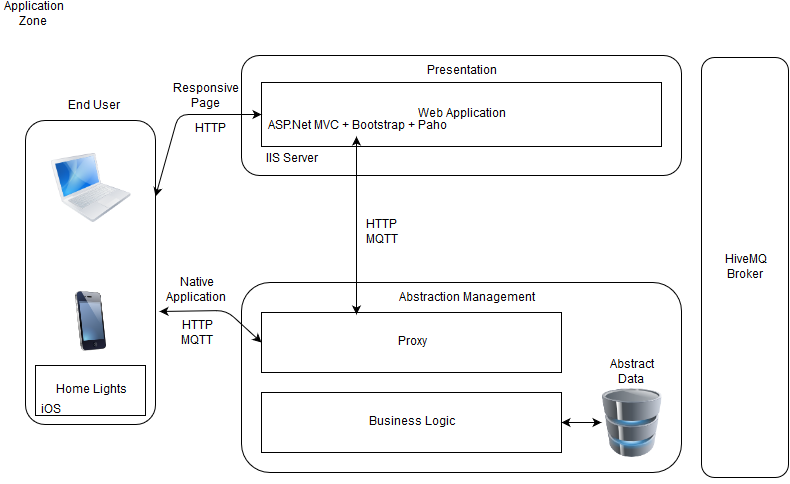
Earlier version of the draw.io export img/IoT_Home_Lights.png (rachwal/IoT). Source tidied: cells renumbered, new cells last; positions are measured from the earlier drawing's top-left corner, leaving out a move shared by most shapes.
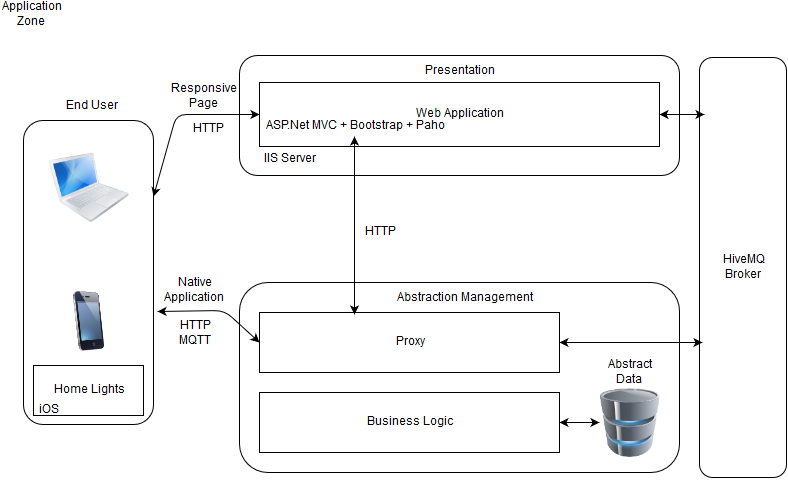
After the change.

The edit, as a diff of the source:
```diff
@@ -29,7 +29,7 @@
     <mxCell id="10" value="HTTP MQTT&lt;br&gt;" style="text;html=1;strokeColor=none;fillColor=none;align=center;verticalAlign=middle;whiteSpace=wrap;" parent="1" vertex="1">
       <mxGeometry x="164" y="320" width="40" height="20" as="geometry" />
     </mxCell>
-    <mxCell id="11" value="HTTP&lt;br&gt;MQTT&lt;br&gt;" style="text;html=1;strokeColor=none;fillColor=none;align=center;verticalAlign=middle;whiteSpace=wrap;" parent="1" vertex="1">
+    <mxCell id="11" value="HTTP&lt;br&gt;" style="text;html=1;strokeColor=none;fillColor=none;align=center;verticalAlign=middle;whiteSpace=wrap;" parent="1" vertex="1">
       <mxGeometry x="348" y="219" width="40" height="20" as="geometry" />
     </mxCell>
     <mxCell id="12" style="group;" parent="1" vertex="1">
@@ -106,5 +106,11 @@
     <mxCell id="33" value="iOS" style="text;html=1;strokeColor=none;fillColor=none;align=center;verticalAlign=middle;whiteSpace=wrap;" parent="31" vertex="1">
       <mxGeometry y="34" width="30" height="20" as="geometry" />
     </mxCell>
+    <mxCell id="34" style="endArrow=classic;startArrow=classic;html=1;exitX=1;exitY=0.5;entryX=0.034;entryY=0.679;entryPerimeter=0;" parent="1" edge="1" source="14" target="29">
+      <mxGeometry relative="1" as="geometry" />
+    </mxCell>
+    <mxCell id="35" style="endArrow=classic;startArrow=classic;html=1;exitX=1;exitY=0.5;entryX=0.057;entryY=0.136;entryPerimeter=0;" parent="1" edge="1" source="21" target="29">
+      <mxGeometry relative="1" as="geometry" />
+    </mxCell>
   </root>
 </mxGraphModel>
```
